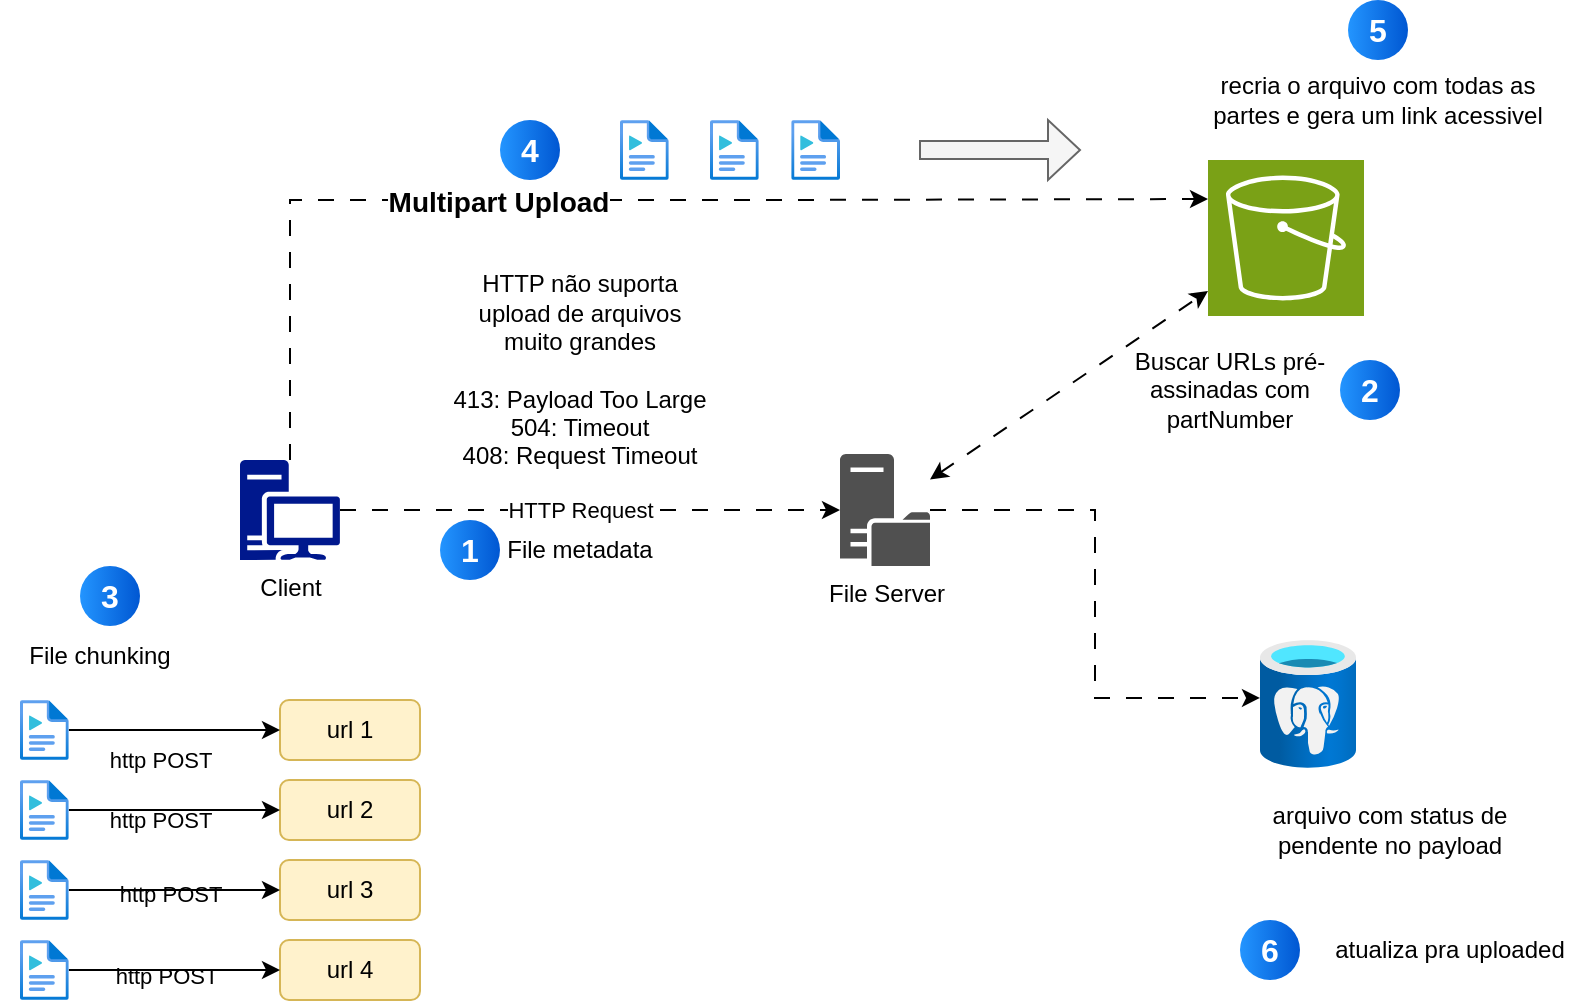
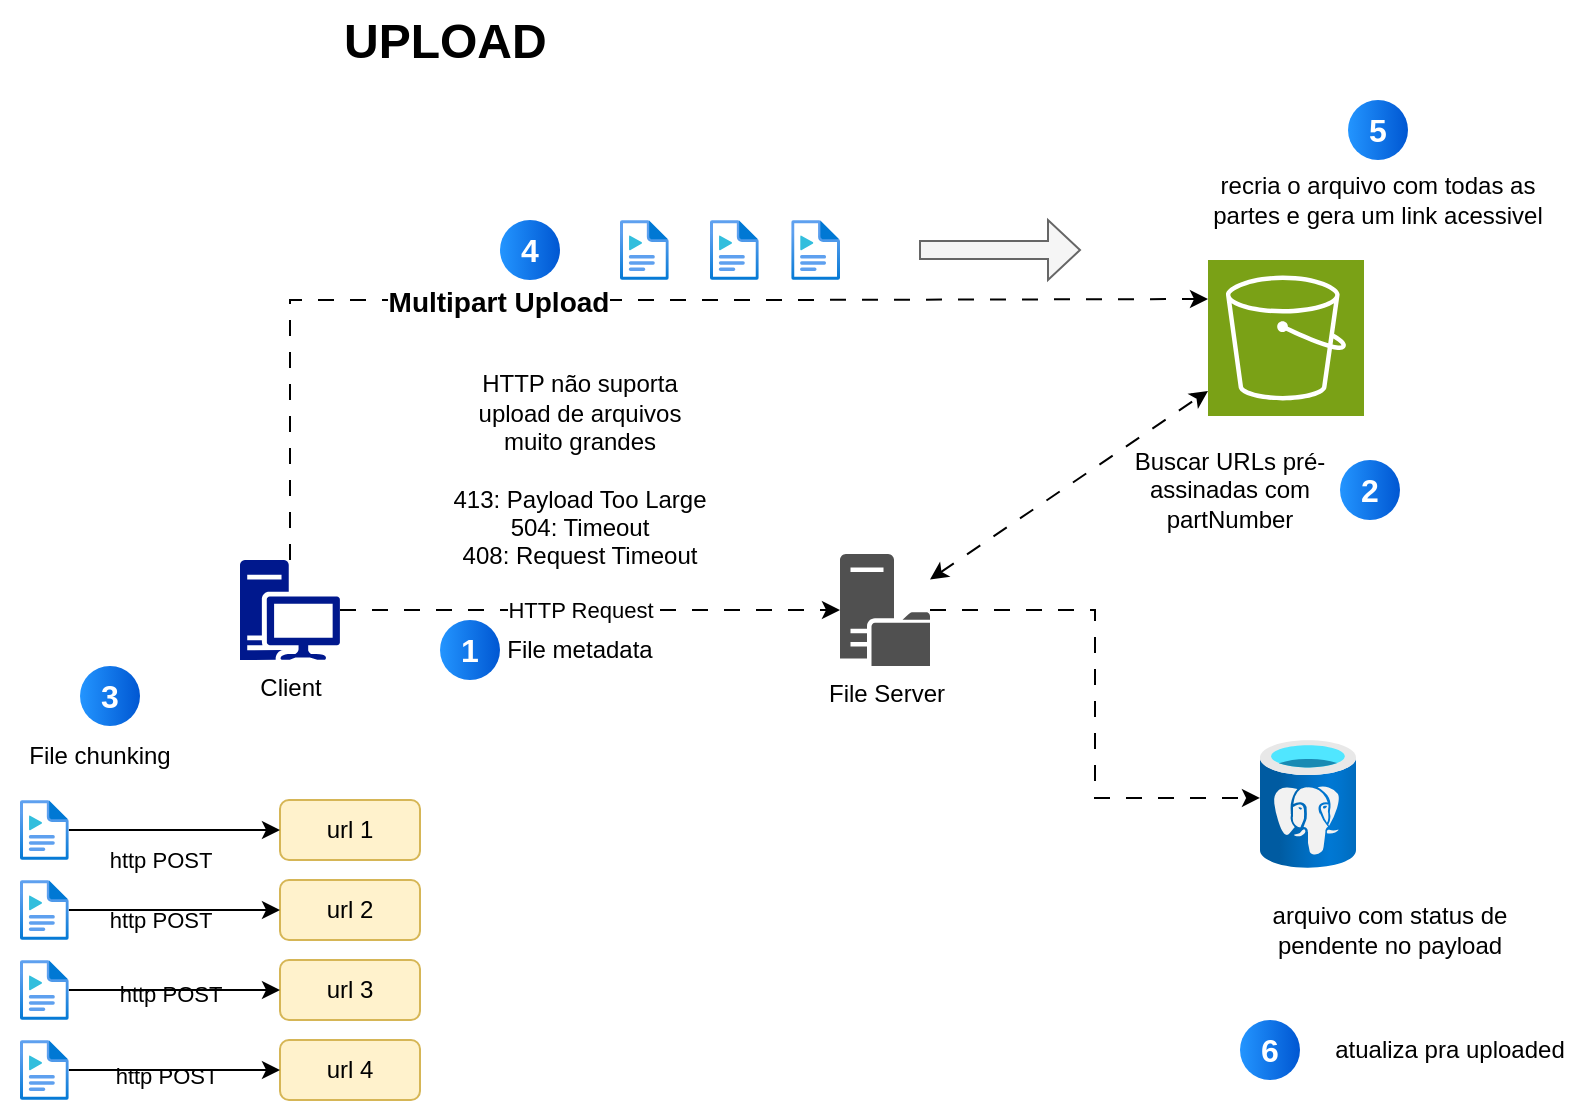
<mxfile host="app.diagrams.net">
  <diagram name="Página-1" id="4D3M8B96T3K3ZtQU1b3x">
    <mxGraphModel dx="1601" dy="1679" grid="1" gridSize="10" guides="1" tooltips="1" connect="1" arrows="1" fold="1" page="1" pageScale="1" pageWidth="827" pageHeight="1169" math="0" shadow="0">
      <root>
        <mxCell id="0" />
        <mxCell id="1" parent="0" />
        <mxCell id="fk9SJw6ftsK7bPstpn4Y-3" edge="1" parent="1" source="fk9SJw6ftsK7bPstpn4Y-1" style="edgeStyle=orthogonalEdgeStyle;rounded=0;orthogonalLoop=1;jettySize=auto;html=1;dashed=1;dashPattern=8 8;" target="fk9SJw6ftsK7bPstpn4Y-2">
          <mxGeometry relative="1" as="geometry" />
        </mxCell>
        <mxCell id="fk9SJw6ftsK7bPstpn4Y-6" connectable="0" parent="fk9SJw6ftsK7bPstpn4Y-3" style="edgeLabel;html=1;align=center;verticalAlign=middle;resizable=0;points=[];" value="HTTP Request" vertex="1">
          <mxGeometry relative="1" x="-0.288" as="geometry">
            <mxPoint x="31" as="offset" />
          </mxGeometry>
        </mxCell>
        <mxCell id="fk9SJw6ftsK7bPstpn4Y-1" parent="1" style="sketch=0;aspect=fixed;pointerEvents=1;shadow=0;dashed=0;html=1;strokeColor=none;labelPosition=center;verticalLabelPosition=bottom;verticalAlign=top;align=center;fillColor=#00188D;shape=mxgraph.mscae.enterprise.workstation_client" value="Client" vertex="1">
          <mxGeometry height="50" width="50" x="-70" y="90" as="geometry" />
        </mxCell>
        <mxCell id="fk9SJw6ftsK7bPstpn4Y-2" parent="1" style="sketch=0;pointerEvents=1;shadow=0;dashed=0;html=1;strokeColor=none;fillColor=#505050;labelPosition=center;verticalLabelPosition=bottom;verticalAlign=top;outlineConnect=0;align=center;shape=mxgraph.office.servers.file_server;" value="File Server" vertex="1">
          <mxGeometry height="56" width="45" x="230" y="87" as="geometry" />
        </mxCell>
        <mxCell id="fk9SJw6ftsK7bPstpn4Y-4" parent="1" style="sketch=0;points=[[0,0,0],[0.25,0,0],[0.5,0,0],[0.75,0,0],[1,0,0],[0,1,0],[0.25,1,0],[0.5,1,0],[0.75,1,0],[1,1,0],[0,0.25,0],[0,0.5,0],[0,0.75,0],[1,0.25,0],[1,0.5,0],[1,0.75,0]];outlineConnect=0;fontColor=#232F3E;fillColor=#7AA116;strokeColor=#ffffff;dashed=0;verticalLabelPosition=bottom;verticalAlign=top;align=center;html=1;fontSize=12;fontStyle=0;aspect=fixed;shape=mxgraph.aws4.resourceIcon;resIcon=mxgraph.aws4.s3;" value="" vertex="1">
          <mxGeometry height="78" width="78" x="414" y="-60" as="geometry" />
        </mxCell>
        <mxCell id="fk9SJw6ftsK7bPstpn4Y-7" parent="1" style="image;aspect=fixed;html=1;points=[];align=center;fontSize=12;image=img/lib/azure2/databases/Azure_Database_PostgreSQL_Server.svg;" value="" vertex="1">
          <mxGeometry height="64" width="48" x="440" y="180" as="geometry" />
        </mxCell>
        <mxCell id="fk9SJw6ftsK7bPstpn4Y-8" edge="1" parent="1" source="fk9SJw6ftsK7bPstpn4Y-2" style="edgeStyle=orthogonalEdgeStyle;rounded=0;orthogonalLoop=1;jettySize=auto;html=1;entryX=0;entryY=0.453;entryDx=0;entryDy=0;entryPerimeter=0;dashed=1;dashPattern=8 8;" target="fk9SJw6ftsK7bPstpn4Y-7">
          <mxGeometry relative="1" as="geometry" />
        </mxCell>
        <mxCell id="fk9SJw6ftsK7bPstpn4Y-13" parent="1" style="text;html=1;whiteSpace=wrap;strokeColor=none;fillColor=none;align=center;verticalAlign=middle;rounded=0;" value="HTTP não suporta upload de arquivos muito grandes&lt;div&gt;&lt;br&gt;&lt;/div&gt;&lt;div&gt;413: Payload Too Large&lt;div&gt;504: Timeout&lt;/div&gt;&lt;div&gt;408: Request Timeout&lt;/div&gt;&lt;/div&gt;" vertex="1">
          <mxGeometry height="30" width="130" x="35" y="30" as="geometry" />
        </mxCell>
        <mxCell id="h8KboTeERqfswfNuPOU6-1" edge="1" parent="1" source="fk9SJw6ftsK7bPstpn4Y-1" style="edgeStyle=orthogonalEdgeStyle;rounded=0;orthogonalLoop=1;jettySize=auto;html=1;entryX=0;entryY=0.25;entryDx=0;entryDy=0;entryPerimeter=0;dashed=1;dashPattern=8 8;" target="fk9SJw6ftsK7bPstpn4Y-4">
          <mxGeometry relative="1" as="geometry">
            <Array as="points">
              <mxPoint x="-45" y="-40" />
              <mxPoint x="197" y="-40" />
            </Array>
          </mxGeometry>
        </mxCell>
        <mxCell id="h8KboTeERqfswfNuPOU6-2" connectable="0" parent="h8KboTeERqfswfNuPOU6-1" style="edgeLabel;html=1;align=center;verticalAlign=middle;resizable=0;points=[];fontStyle=1;fontSize=14;" value="Multipart Upload" vertex="1">
          <mxGeometry relative="1" x="-0.2054" y="-1" as="geometry">
            <mxPoint as="offset" />
          </mxGeometry>
        </mxCell>
        <mxCell id="h8KboTeERqfswfNuPOU6-3" parent="1" style="text;html=1;whiteSpace=wrap;strokeColor=none;fillColor=none;align=center;verticalAlign=middle;rounded=0;" value="File metadata" vertex="1">
          <mxGeometry height="30" width="80" x="60" y="120" as="geometry" />
        </mxCell>
        <mxCell id="h8KboTeERqfswfNuPOU6-4" parent="1" style="text;html=1;whiteSpace=wrap;strokeColor=none;fillColor=none;align=center;verticalAlign=middle;rounded=0;" value="arquivo com status de pendente no payload" vertex="1">
          <mxGeometry height="30" width="130" x="440" y="260" as="geometry" />
        </mxCell>
        <mxCell id="h8KboTeERqfswfNuPOU6-5" parent="1" style="text;html=1;whiteSpace=wrap;strokeColor=none;fillColor=none;align=center;verticalAlign=middle;rounded=0;" value="Buscar URLs pré-assinadas com partNumber" vertex="1">
          <mxGeometry height="30" width="110" x="370" y="40" as="geometry" />
        </mxCell>
        <mxCell id="h8KboTeERqfswfNuPOU6-6" edge="1" parent="1" source="fk9SJw6ftsK7bPstpn4Y-2" style="html=1;labelBackgroundColor=#ffffff;startArrow=classic;startFill=1;startSize=6;endArrow=classic;endFill=1;endSize=6;jettySize=auto;orthogonalLoop=1;strokeWidth=1;fontSize=14;rounded=0;dashed=1;dashPattern=8 8;" target="fk9SJw6ftsK7bPstpn4Y-4" value="">
          <mxGeometry height="60" relative="1" width="60" as="geometry">
            <mxPoint x="370" y="60" as="sourcePoint" />
            <mxPoint x="430" as="targetPoint" />
          </mxGeometry>
        </mxCell>
        <mxCell id="h8KboTeERqfswfNuPOU6-7" parent="1" style="rounded=1;whiteSpace=wrap;html=1;fillColor=#fff2cc;strokeColor=#d6b656;" value="url 1" vertex="1">
          <mxGeometry height="30" width="70" x="-50" y="210" as="geometry" />
        </mxCell>
        <mxCell id="h8KboTeERqfswfNuPOU6-8" parent="1" style="rounded=1;whiteSpace=wrap;html=1;fillColor=#fff2cc;strokeColor=#d6b656;" value="url 4" vertex="1">
          <mxGeometry height="30" width="70" x="-50" y="330" as="geometry" />
        </mxCell>
        <mxCell id="h8KboTeERqfswfNuPOU6-9" parent="1" style="rounded=1;whiteSpace=wrap;html=1;fillColor=#fff2cc;strokeColor=#d6b656;" value="url 3" vertex="1">
          <mxGeometry height="30" width="70" x="-50" y="290" as="geometry" />
        </mxCell>
        <mxCell id="h8KboTeERqfswfNuPOU6-10" parent="1" style="rounded=1;whiteSpace=wrap;html=1;fillColor=#fff2cc;strokeColor=#d6b656;" value="url 2" vertex="1">
          <mxGeometry height="30" width="70" x="-50" y="250" as="geometry" />
        </mxCell>
        <mxCell id="h8KboTeERqfswfNuPOU6-11" parent="1" style="ellipse;whiteSpace=wrap;html=1;aspect=fixed;rotation=0;gradientColor=#0057D2;strokeColor=none;gradientDirection=east;fillColor=#2395FF;rounded=0;pointerEvents=0;fontFamily=Helvetica;fontSize=16;fontColor=#FFFFFF;spacingTop=4;spacingBottom=4;spacingLeft=4;spacingRight=4;points=[];fontStyle=1" value="1" vertex="1">
          <mxGeometry height="30" width="30" x="30" y="120" as="geometry" />
        </mxCell>
        <mxCell id="h8KboTeERqfswfNuPOU6-12" parent="1" style="ellipse;whiteSpace=wrap;html=1;aspect=fixed;rotation=0;gradientColor=#0057D2;strokeColor=none;gradientDirection=east;fillColor=#2395FF;rounded=0;pointerEvents=0;fontFamily=Helvetica;fontSize=16;fontColor=#FFFFFF;spacingTop=4;spacingBottom=4;spacingLeft=4;spacingRight=4;points=[];fontStyle=1" value="2" vertex="1">
          <mxGeometry height="30" width="30" x="480" y="40" as="geometry" />
        </mxCell>
        <mxCell id="h8KboTeERqfswfNuPOU6-13" parent="1" style="ellipse;whiteSpace=wrap;html=1;aspect=fixed;rotation=0;gradientColor=#0057D2;strokeColor=none;gradientDirection=east;fillColor=#2395FF;rounded=0;pointerEvents=0;fontFamily=Helvetica;fontSize=16;fontColor=#FFFFFF;spacingTop=4;spacingBottom=4;spacingLeft=4;spacingRight=4;points=[];fontStyle=1" value="3" vertex="1">
          <mxGeometry height="30" width="30" x="-150" y="143" as="geometry" />
        </mxCell>
        <mxCell id="h8KboTeERqfswfNuPOU6-14" parent="1" style="text;html=1;whiteSpace=wrap;strokeColor=none;fillColor=none;align=center;verticalAlign=middle;rounded=0;" value="File chunking" vertex="1">
          <mxGeometry height="30" width="100" x="-190" y="173" as="geometry" />
        </mxCell>
        <mxCell id="h8KboTeERqfswfNuPOU6-16" edge="1" parent="1" source="h8KboTeERqfswfNuPOU6-15" style="edgeStyle=orthogonalEdgeStyle;rounded=0;orthogonalLoop=1;jettySize=auto;html=1;" target="h8KboTeERqfswfNuPOU6-7" value="">
          <mxGeometry relative="1" as="geometry" />
        </mxCell>
        <mxCell id="h8KboTeERqfswfNuPOU6-17" connectable="0" parent="h8KboTeERqfswfNuPOU6-16" style="edgeLabel;html=1;align=center;verticalAlign=middle;resizable=0;points=[];labelBackgroundColor=default;" value="http POST&lt;span style=&quot;white-space: pre;&quot;&gt;&#x9;&lt;/span&gt;" vertex="1">
          <mxGeometry relative="1" x="-0.4857" y="5" as="geometry">
            <mxPoint x="29" y="20" as="offset" />
          </mxGeometry>
        </mxCell>
        <mxCell id="h8KboTeERqfswfNuPOU6-15" parent="1" style="image;aspect=fixed;html=1;points=[];align=center;fontSize=12;image=img/lib/azure2/general/Media_File.svg;" value="" vertex="1">
          <mxGeometry height="30" width="24.38" x="-180" y="210" as="geometry" />
        </mxCell>
        <mxCell id="h8KboTeERqfswfNuPOU6-21" connectable="0" parent="1" style="edgeLabel;html=1;align=center;verticalAlign=middle;resizable=0;points=[];labelBackgroundColor=default;" value="http POST&lt;span style=&quot;white-space: pre;&quot;&gt;&#x9;&lt;/span&gt;" vertex="1">
          <mxGeometry x="-99.61999999999989" y="259" as="geometry">
            <mxPoint y="11" as="offset" />
          </mxGeometry>
        </mxCell>
        <mxCell id="h8KboTeERqfswfNuPOU6-29" edge="1" parent="1" source="h8KboTeERqfswfNuPOU6-22" style="edgeStyle=orthogonalEdgeStyle;rounded=0;orthogonalLoop=1;jettySize=auto;html=1;" target="h8KboTeERqfswfNuPOU6-10">
          <mxGeometry relative="1" as="geometry" />
        </mxCell>
        <mxCell id="h8KboTeERqfswfNuPOU6-22" parent="1" style="image;aspect=fixed;html=1;points=[];align=center;fontSize=12;image=img/lib/azure2/general/Media_File.svg;" value="" vertex="1">
          <mxGeometry height="30" width="24.38" x="-180" y="250" as="geometry" />
        </mxCell>
        <mxCell id="h8KboTeERqfswfNuPOU6-23" connectable="0" parent="1" style="edgeLabel;html=1;align=center;verticalAlign=middle;resizable=0;points=[];labelBackgroundColor=default;" value="http POST&lt;span style=&quot;white-space: pre;&quot;&gt;&#x9;&lt;/span&gt;" vertex="1">
          <mxGeometry x="-99.61999999999989" y="295" as="geometry">
            <mxPoint x="5" y="12" as="offset" />
          </mxGeometry>
        </mxCell>
        <mxCell id="h8KboTeERqfswfNuPOU6-28" edge="1" parent="1" source="h8KboTeERqfswfNuPOU6-24" style="edgeStyle=orthogonalEdgeStyle;rounded=0;orthogonalLoop=1;jettySize=auto;html=1;" target="h8KboTeERqfswfNuPOU6-9">
          <mxGeometry relative="1" as="geometry" />
        </mxCell>
        <mxCell id="h8KboTeERqfswfNuPOU6-24" parent="1" style="image;aspect=fixed;html=1;points=[];align=center;fontSize=12;image=img/lib/azure2/general/Media_File.svg;" value="" vertex="1">
          <mxGeometry height="30" width="24.38" x="-180" y="290" as="geometry" />
        </mxCell>
        <mxCell id="h8KboTeERqfswfNuPOU6-25" connectable="0" parent="1" style="edgeLabel;html=1;align=center;verticalAlign=middle;resizable=0;points=[];labelBackgroundColor=default;" value="http POST&lt;span style=&quot;white-space: pre;&quot;&gt;&#x9;&lt;/span&gt;" vertex="1">
          <mxGeometry x="-99.61999999999989" y="325" as="geometry">
            <mxPoint x="3" y="23" as="offset" />
          </mxGeometry>
        </mxCell>
        <mxCell id="h8KboTeERqfswfNuPOU6-27" edge="1" parent="1" source="h8KboTeERqfswfNuPOU6-26" style="edgeStyle=orthogonalEdgeStyle;rounded=0;orthogonalLoop=1;jettySize=auto;html=1;" target="h8KboTeERqfswfNuPOU6-8">
          <mxGeometry relative="1" as="geometry" />
        </mxCell>
        <mxCell id="h8KboTeERqfswfNuPOU6-26" parent="1" style="image;aspect=fixed;html=1;points=[];align=center;fontSize=12;image=img/lib/azure2/general/Media_File.svg;" value="" vertex="1">
          <mxGeometry height="30" width="24.38" x="-180" y="330" as="geometry" />
        </mxCell>
        <mxCell id="h8KboTeERqfswfNuPOU6-30" parent="1" style="ellipse;whiteSpace=wrap;html=1;aspect=fixed;rotation=0;gradientColor=#0057D2;strokeColor=none;gradientDirection=east;fillColor=#2395FF;rounded=0;pointerEvents=0;fontFamily=Helvetica;fontSize=16;fontColor=#FFFFFF;spacingTop=4;spacingBottom=4;spacingLeft=4;spacingRight=4;points=[];fontStyle=1" value="4" vertex="1">
          <mxGeometry height="30" width="30" x="60" y="-80" as="geometry" />
        </mxCell>
        <mxCell id="h8KboTeERqfswfNuPOU6-31" parent="1" style="image;aspect=fixed;html=1;points=[];align=center;fontSize=12;image=img/lib/azure2/general/Media_File.svg;" value="" vertex="1">
          <mxGeometry height="30" width="24.38" x="120" y="-80" as="geometry" />
        </mxCell>
        <mxCell id="h8KboTeERqfswfNuPOU6-32" parent="1" style="image;aspect=fixed;html=1;points=[];align=center;fontSize=12;image=img/lib/azure2/general/Media_File.svg;" value="" vertex="1">
          <mxGeometry height="30" width="24.38" x="165" y="-80" as="geometry" />
        </mxCell>
        <mxCell id="h8KboTeERqfswfNuPOU6-33" parent="1" style="image;aspect=fixed;html=1;points=[];align=center;fontSize=12;image=img/lib/azure2/general/Media_File.svg;" value="" vertex="1">
          <mxGeometry height="30" width="24.38" x="205.62" y="-80" as="geometry" />
        </mxCell>
        <mxCell id="h8KboTeERqfswfNuPOU6-34" parent="1" style="shape=singleArrow;whiteSpace=wrap;html=1;fillColor=#f5f5f5;fontColor=#333333;strokeColor=#666666;" value="" vertex="1">
          <mxGeometry height="30" width="80" x="270" y="-80" as="geometry" />
        </mxCell>
        <mxCell id="h8KboTeERqfswfNuPOU6-35" parent="1" style="text;html=1;whiteSpace=wrap;strokeColor=none;fillColor=none;align=center;verticalAlign=middle;rounded=0;" value="recria o arquivo com todas as partes e gera um link acessivel" vertex="1">
          <mxGeometry width="170" x="414" y="-90" as="geometry" />
        </mxCell>
        <mxCell id="h8KboTeERqfswfNuPOU6-36" parent="1" style="ellipse;whiteSpace=wrap;html=1;aspect=fixed;rotation=0;gradientColor=#0057D2;strokeColor=none;gradientDirection=east;fillColor=#2395FF;rounded=0;pointerEvents=0;fontFamily=Helvetica;fontSize=16;fontColor=#FFFFFF;spacingTop=4;spacingBottom=4;spacingLeft=4;spacingRight=4;points=[];fontStyle=1" value="5" vertex="1">
          <mxGeometry height="30" width="30" x="484" y="-140" as="geometry" />
        </mxCell>
        <mxCell id="h8KboTeERqfswfNuPOU6-37" parent="1" style="ellipse;whiteSpace=wrap;html=1;aspect=fixed;rotation=0;gradientColor=#0057D2;strokeColor=none;gradientDirection=east;fillColor=#2395FF;rounded=0;pointerEvents=0;fontFamily=Helvetica;fontSize=16;fontColor=#FFFFFF;spacingTop=4;spacingBottom=4;spacingLeft=4;spacingRight=4;points=[];fontStyle=1" value="6" vertex="1">
          <mxGeometry height="30" width="30" x="430" y="320" as="geometry" />
        </mxCell>
        <mxCell id="h8KboTeERqfswfNuPOU6-38" parent="1" style="text;html=1;whiteSpace=wrap;strokeColor=none;fillColor=none;align=center;verticalAlign=middle;rounded=0;" value="atualiza pra uploaded" vertex="1">
          <mxGeometry height="30" width="130" x="470" y="320" as="geometry" />
        </mxCell>
+         <mxCell id="h8KboTeERqfswfNuPOU6-39" parent="1" style="text;html=1;whiteSpace=wrap;overflow=hidden;rounded=0;" value="&lt;h1 style=&quot;margin-top: 0px;&quot;&gt;UPLOAD&lt;/h1&gt;" vertex="1">
+           <mxGeometry height="50" width="180" x="-20" y="-190" as="geometry" />
+         </mxCell>
      </root>
    </mxGraphModel>
  </diagram>
</mxfile>
